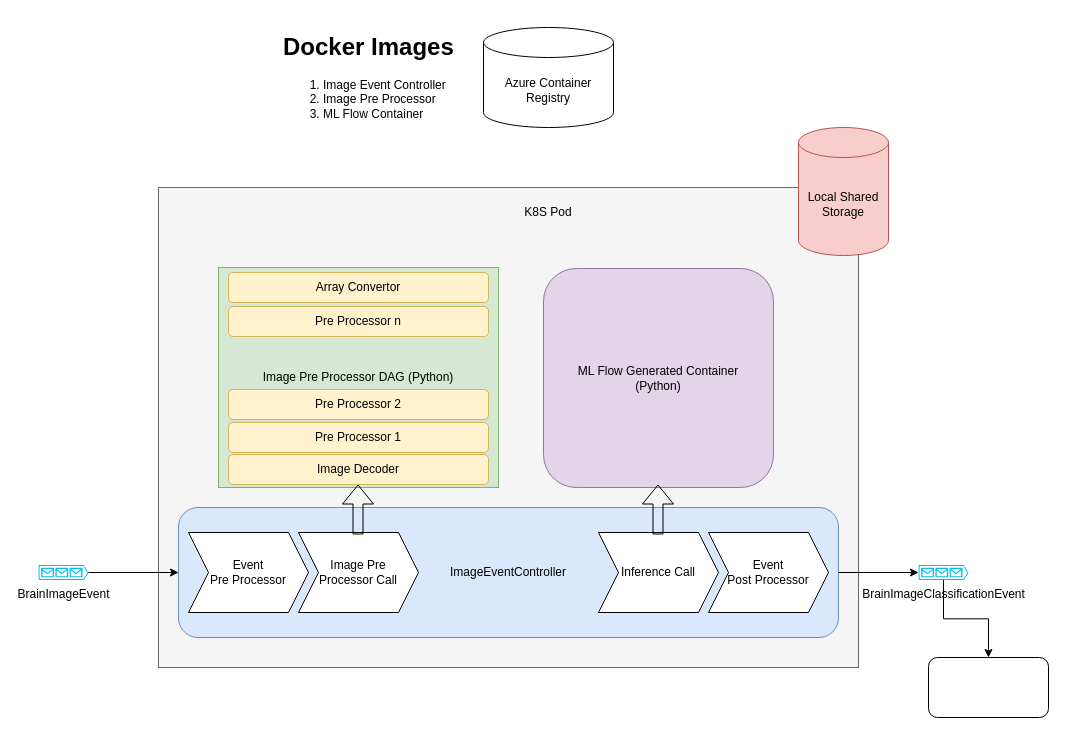
The draw.io diagram page "Image Model Deployment" (7 of 9) of docs/diagram/ml.drawio in brain-os/brain-proto, before the edit. Source tidied: cells renumbered, new cells numbered last; positions are measured from the earlier drawing's top-left corner, leaving out a move shared by most shapes. Both pictures are drawn from the tidied source at 100%, with x=0, y=0 at pixel (38, 27).
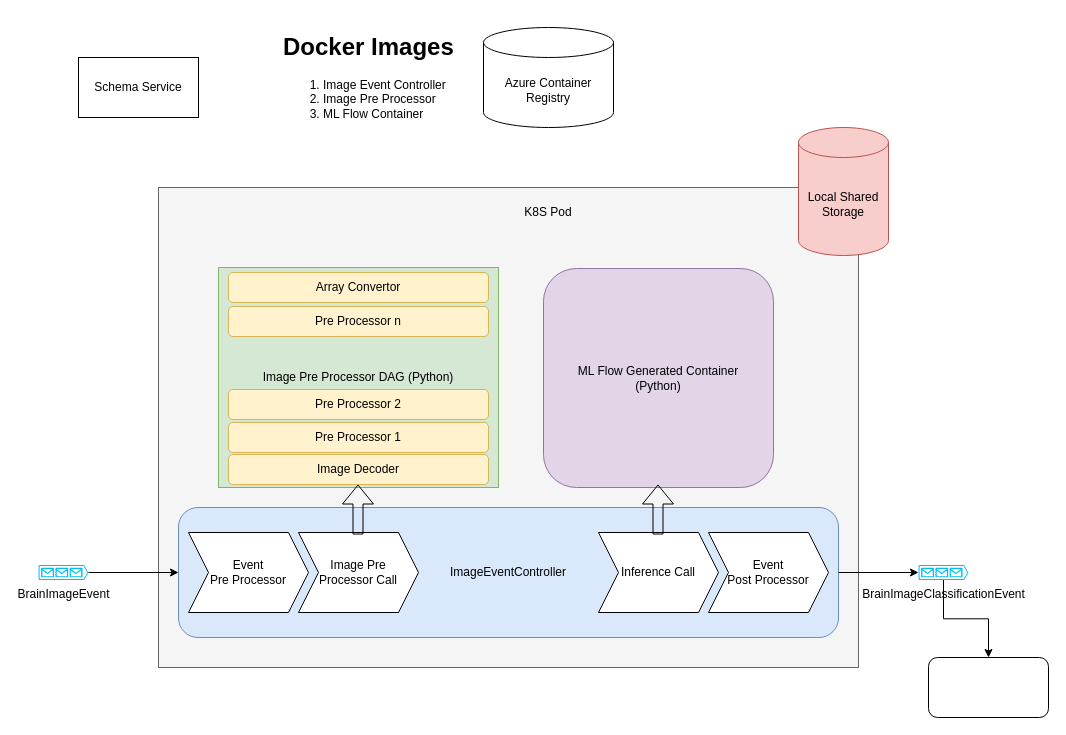
The same page after the edit.

The edit, as a diff of the source:
```diff
@@
+    <mxCell id="27" value="Schema Service" style="rounded=0;whiteSpace=wrap;html=1;" parent="1" vertex="1">
+      <mxGeometry x="40" y="30" width="120" height="60" as="geometry" />
+    </mxCell>
```
